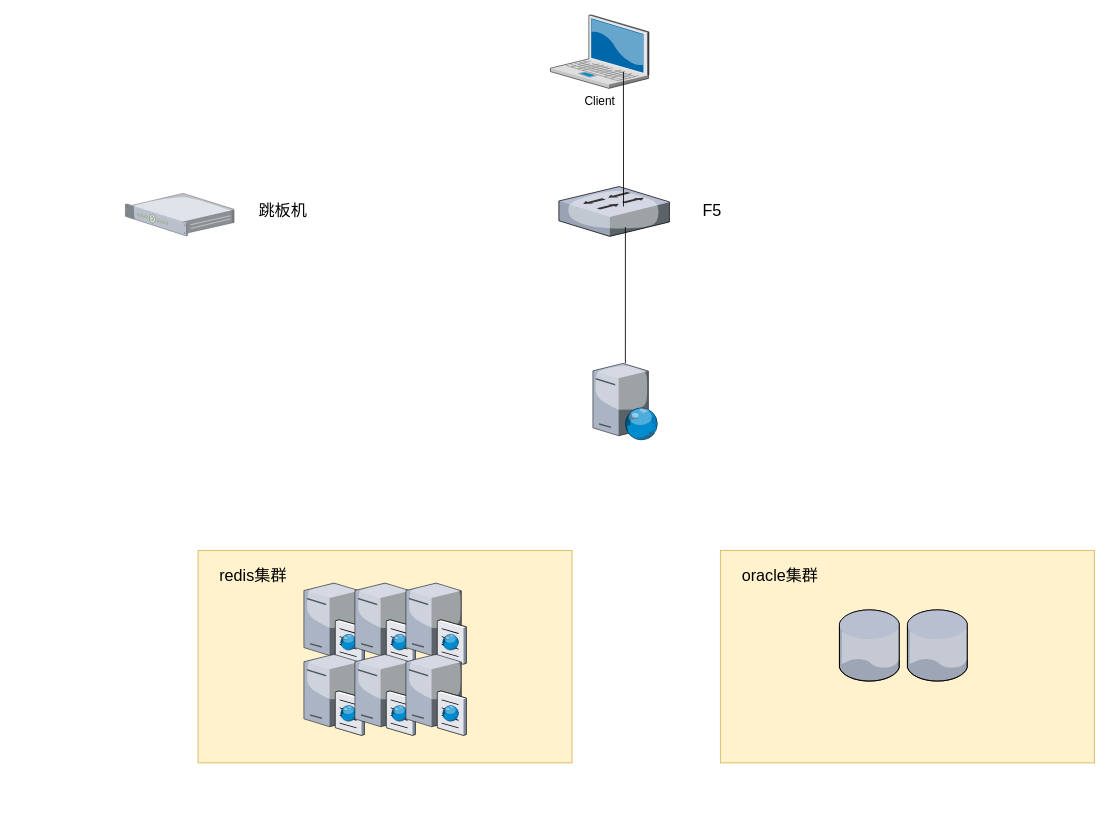
541013515/drawio keeps this draw.io diagram as itsm 框图.drawio. Above is the earlier version. Source tidied: cells renumbered, new cells numbered last; positions are measured from the earlier drawing's top-left corner, leaving out a move shared by most shapes. Both pictures are drawn from the tidied source at 85%, with x=0, y=0 at pixel (125, 14).
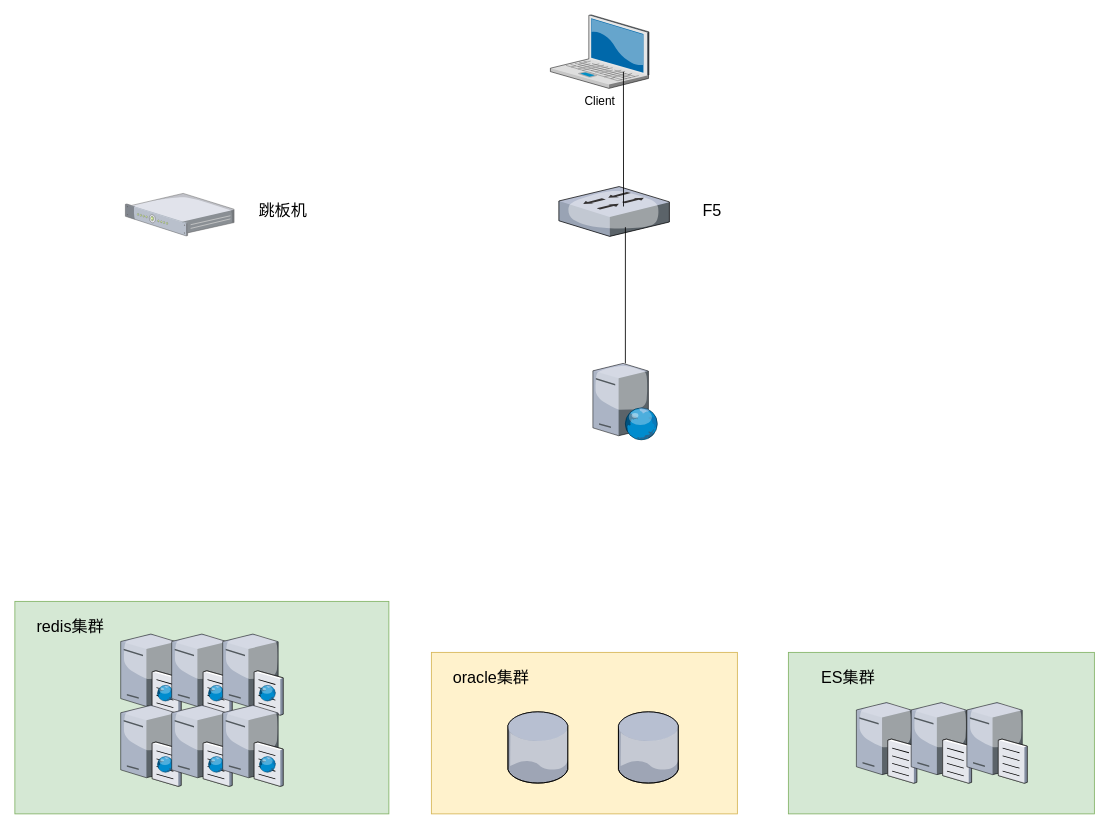
The same diagram, later.

Change to the diagram source:
```diff
@@
     <mxCell id="2" style="rounded=0;whiteSpace=wrap;html=1;fillColor=#fff2cc;strokeColor=#d6b656;" parent="1" vertex="1">
-      <mxGeometry x="700" y="630" width="440" height="250" as="geometry" />
+      <mxGeometry x="360" y="750" width="360" height="190" as="geometry" />
     </mxCell>
-    <mxCell id="3" style="rounded=0;whiteSpace=wrap;html=1;fillColor=#fff2cc;strokeColor=#d6b656;" parent="1" vertex="1">
-      <mxGeometry x="85.5" y="630" width="440" height="250" as="geometry" />
+    <mxCell id="3" style="rounded=0;whiteSpace=wrap;html=1;fillColor=#d5e8d4;strokeColor=#82b366;" parent="1" vertex="1">
+      <mxGeometry x="-130" y="690" width="440" height="250" as="geometry" />
     </mxCell>
@@
     <mxCell id="6" style="verticalLabelPosition=bottom;sketch=0;html=1;verticalAlign=top;strokeColor=none;align=center;shape=mxgraph.citrix.database;" parent="1" vertex="1">
-      <mxGeometry x="840" y="700" width="71.2" height="83.8" as="geometry" />
+      <mxGeometry x="450" y="820" width="71.2" height="83.8" as="geometry" />
     </mxCell>
@@
     <mxCell id="10" style="verticalLabelPosition=bottom;sketch=0;html=1;verticalAlign=top;strokeColor=none;align=center;shape=mxgraph.citrix.cache_server;" parent="1" vertex="1">
-      <mxGeometry x="210" y="666.2" width="71" height="97.5" as="geometry" />
+      <mxGeometry x="-5.5" y="726.2" width="71" height="97.5" as="geometry" />
     </mxCell>
     <mxCell id="11" value="&lt;font style=&quot;font-size: 19px;&quot;&gt;redis集群&lt;/font&gt;" style="text;html=1;align=center;verticalAlign=middle;strokeColor=none;fillColor=none;" parent="1" vertex="1">
-      <mxGeometry x="100" y="640" width="100" height="40" as="geometry" />
+      <mxGeometry x="-115.5" y="700" width="100" height="40" as="geometry" />
     </mxCell>
@@
     <mxCell id="13" style="verticalLabelPosition=bottom;sketch=0;html=1;verticalAlign=top;strokeColor=none;align=center;shape=mxgraph.citrix.cache_server;" parent="1" vertex="1">
-      <mxGeometry x="270" y="666.2" width="71" height="97.5" as="geometry" />
+      <mxGeometry x="54.5" y="726.2" width="71" height="97.5" as="geometry" />
     </mxCell>
     <mxCell id="14" style="verticalLabelPosition=bottom;sketch=0;html=1;verticalAlign=top;strokeColor=none;align=center;shape=mxgraph.citrix.cache_server;" parent="1" vertex="1">
-      <mxGeometry x="330" y="666.2" width="71" height="97.5" as="geometry" />
+      <mxGeometry x="114.5" y="726.2" width="71" height="97.5" as="geometry" />
     </mxCell>
     <mxCell id="15" style="verticalLabelPosition=bottom;sketch=0;html=1;verticalAlign=top;strokeColor=none;align=center;shape=mxgraph.citrix.cache_server;" parent="1" vertex="1">
-      <mxGeometry x="210" y="750" width="71" height="97.5" as="geometry" />
+      <mxGeometry x="-5.5" y="810" width="71" height="97.5" as="geometry" />
     </mxCell>
     <mxCell id="16" style="verticalLabelPosition=bottom;sketch=0;html=1;verticalAlign=top;strokeColor=none;align=center;shape=mxgraph.citrix.cache_server;" parent="1" vertex="1">
-      <mxGeometry x="270" y="750" width="71" height="97.5" as="geometry" />
+      <mxGeometry x="54.5" y="810" width="71" height="97.5" as="geometry" />
     </mxCell>
     <mxCell id="17" style="verticalLabelPosition=bottom;sketch=0;html=1;verticalAlign=top;strokeColor=none;align=center;shape=mxgraph.citrix.cache_server;" parent="1" vertex="1">
-      <mxGeometry x="330" y="750" width="71" height="97.5" as="geometry" />
+      <mxGeometry x="114.5" y="810" width="71" height="97.5" as="geometry" />
     </mxCell>
     <mxCell id="18" value="&lt;font style=&quot;font-size: 19px;&quot;&gt;oracle集群&lt;/font&gt;" style="text;html=1;align=center;verticalAlign=middle;strokeColor=none;fillColor=none;" parent="1" vertex="1">
-      <mxGeometry x="715" y="640" width="110" height="40" as="geometry" />
+      <mxGeometry x="375" y="760" width="110" height="40" as="geometry" />
     </mxCell>
     <mxCell id="19" style="verticalLabelPosition=bottom;sketch=0;html=1;verticalAlign=top;strokeColor=none;align=center;shape=mxgraph.citrix.database;" parent="1" vertex="1">
-      <mxGeometry x="920" y="700" width="71.2" height="83.8" as="geometry" />
+      <mxGeometry x="580" y="820" width="71.2" height="83.8" as="geometry" />
     </mxCell>
@@
+    <mxCell id="22" style="rounded=0;whiteSpace=wrap;html=1;fillColor=#d5e8d4;strokeColor=#82b366;" parent="1" vertex="1">
+      <mxGeometry x="780" y="750" width="360" height="190" as="geometry" />
+    </mxCell>
+    <mxCell id="23" value="&lt;font style=&quot;font-size: 19px;&quot;&gt;ES集群&lt;/font&gt;" style="text;html=1;align=center;verticalAlign=middle;strokeColor=none;fillColor=none;" parent="1" vertex="1">
+      <mxGeometry x="805" y="760" width="90" height="40" as="geometry" />
+    </mxCell>
+    <mxCell id="24" style="verticalLabelPosition=bottom;sketch=0;html=1;verticalAlign=top;strokeColor=none;align=center;shape=mxgraph.citrix.file_server;" parent="1" vertex="1">
+      <mxGeometry x="860" y="806.8" width="71" height="97" as="geometry" />
+    </mxCell>
+    <mxCell id="25" style="verticalLabelPosition=bottom;sketch=0;html=1;verticalAlign=top;strokeColor=none;align=center;shape=mxgraph.citrix.file_server;" parent="1" vertex="1">
+      <mxGeometry x="924.5" y="806.8" width="71" height="97" as="geometry" />
+    </mxCell>
+    <mxCell id="26" style="verticalLabelPosition=bottom;sketch=0;html=1;verticalAlign=top;strokeColor=none;align=center;shape=mxgraph.citrix.file_server;" parent="1" vertex="1">
+      <mxGeometry x="990" y="806.8" width="71" height="97" as="geometry" />
+    </mxCell>
```
